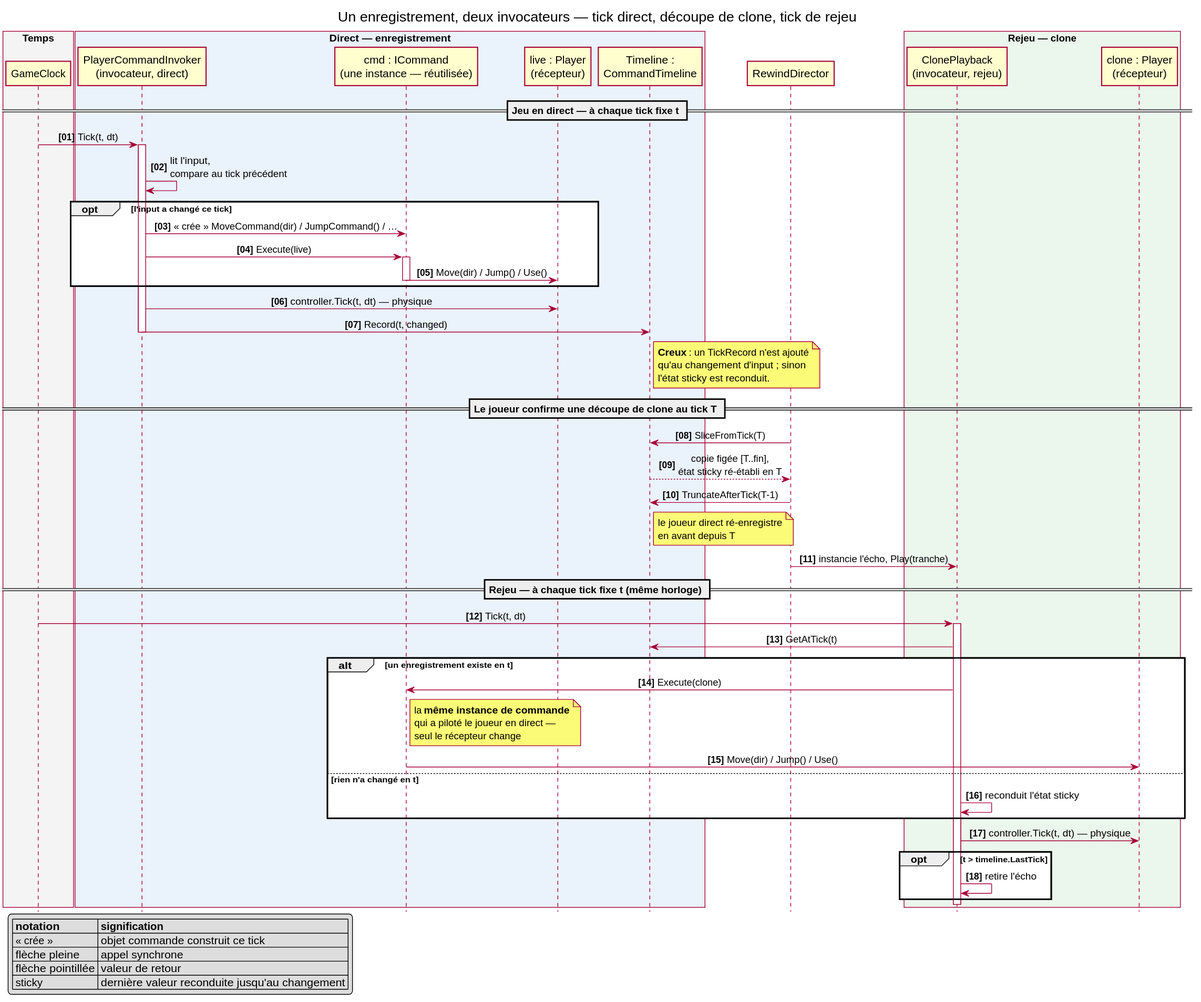
Xenogix/PlatformerMCR keeps this PlantUML diagram as docs/presentation/command-pattern-sequence-fr.svg. Above is the earlier version.
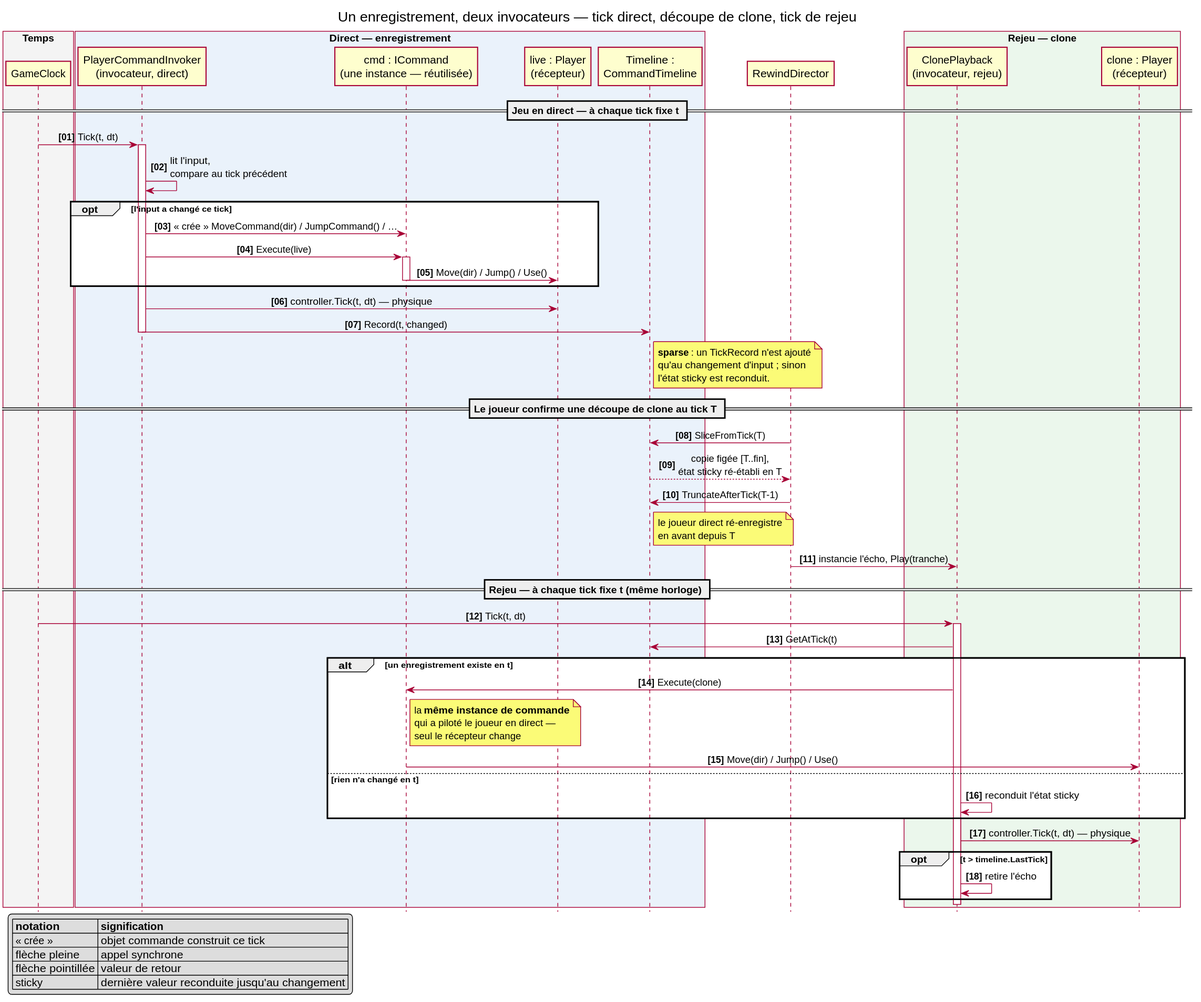
Above is the later version.

Commit message:
docs(diagrams): use 'sparse' over 'Creux' in the FR command sequence note

Diff of the diagram source:
```diff
@@ -36,7 +36,7 @@
 invoker -> live : controller.Tick(t, dt)  — physique
 invoker -> timeline : Record(t, changed)
 note right of timeline
-  **Creux** : un TickRecord n'est ajouté
+  **sparse** : un TickRecord n'est ajouté
   qu'au changement d'input ; sinon
   l'état sticky est reconduit.
 end note
```
